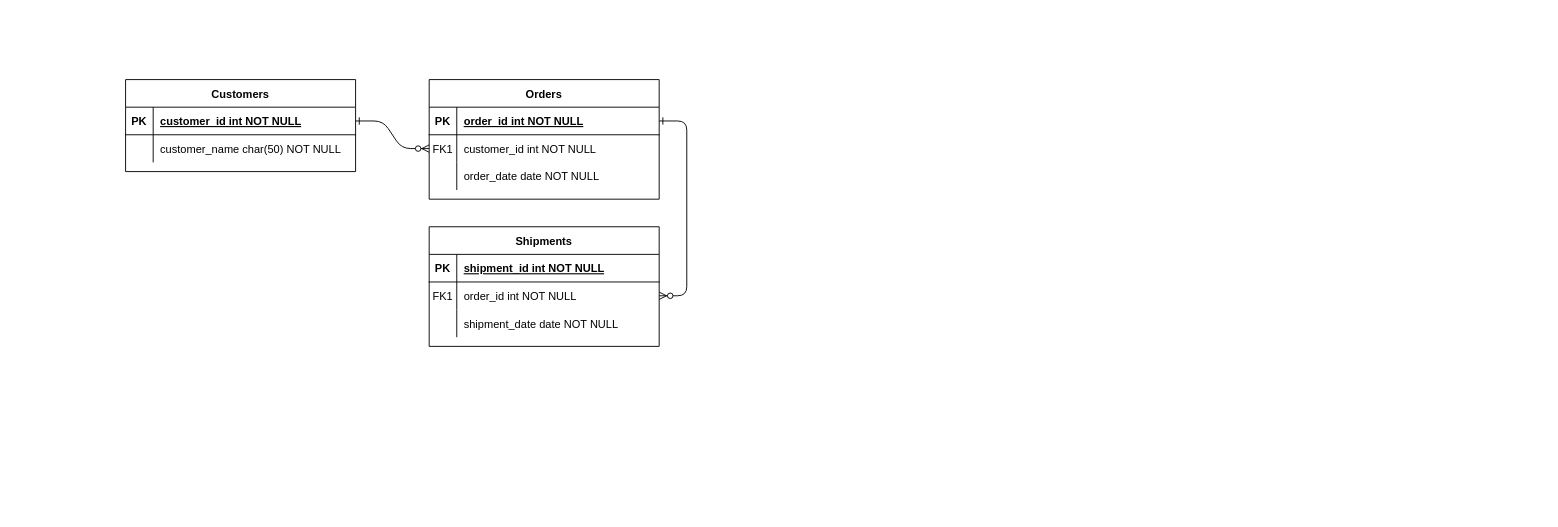
Above: ERD.drawio in ThiagoAraujo-hub/Cosmos-API (draw.io), before the change. Source tidied: cells renumbered, new cells numbered last; positions are measured from the earlier drawing's top-left corner, leaving out a move shared by most shapes. Both pictures are drawn from the tidied source at 92%, with x=0, y=0 at pixel (125, 79).
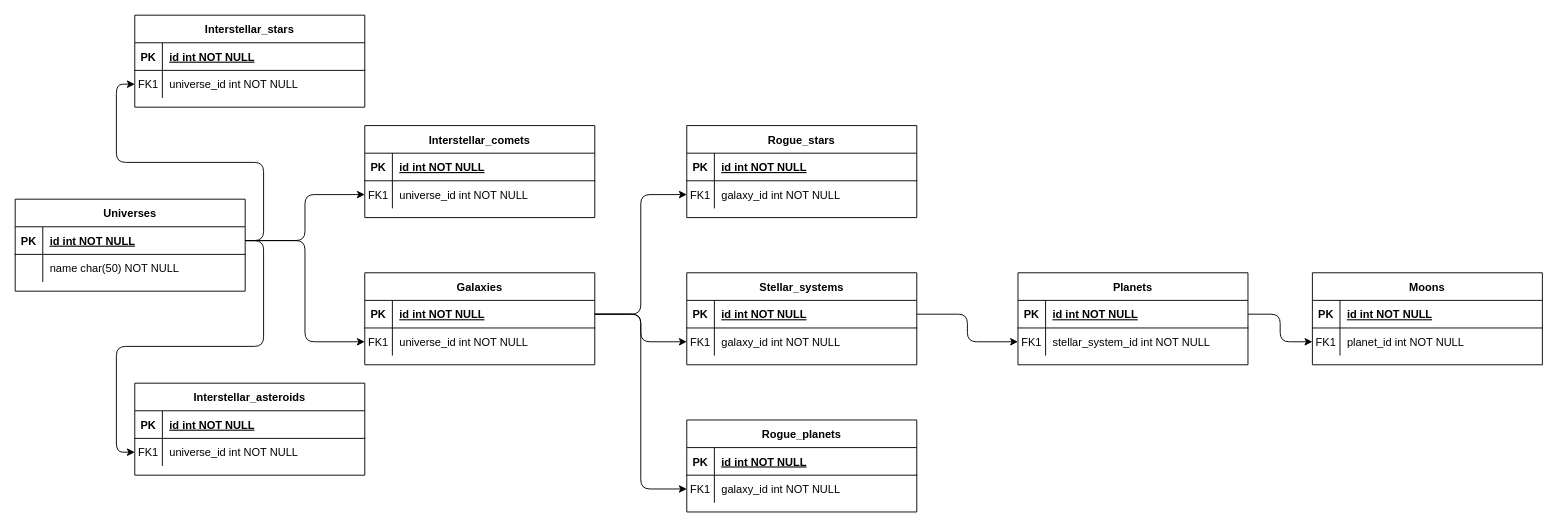
The same diagram, later.

Commit message:
docs: basic structure of the ERD

Unchanged cells that the change refers to:
```xml
<mxCell id="5" style="shape=partialRectangle;fillColor=none;points=[[0,0.5],[1,0.5]];portConstraint=eastwest;top=0;left=0;right=0;bottom=1;" parent="4" vertex="1">
  <mxGeometry y="30" width="250" height="30" as="geometry" />
</mxCell>
<mxCell id="8" style="shape=partialRectangle;fillColor=none;points=[[0,0.5],[1,0.5]];portConstraint=eastwest;top=0;left=0;right=0;bottom=0;" parent="4" vertex="1">
  <mxGeometry y="60" width="250" height="30" as="geometry" />
</mxCell>
<mxCell id="25" style="shape=partialRectangle;fillColor=none;points=[[0,0.5],[1,0.5]];portConstraint=eastwest;top=0;left=0;right=0;bottom=1;" parent="24" vertex="1">
  <mxGeometry y="30" width="250" height="30" as="geometry" />
</mxCell>
<mxCell id="28" style="shape=partialRectangle;fillColor=none;top=0;left=0;right=0;bottom=0;" parent="24" vertex="1">
  <mxGeometry y="60" width="250" height="30" as="geometry" />
</mxCell>
```

Change to the diagram source:
```diff
@@
-    <mxCell id="2" style="edgeStyle=entityRelationEdgeStyle;endArrow=ERzeroToMany;startArrow=ERone;endFill=1;startFill=0;" parent="1" edge="1" source="25" target="8">
-      <mxGeometry relative="1" as="geometry" />
-    </mxCell>
-    <mxCell id="3" style="edgeStyle=entityRelationEdgeStyle;endArrow=ERzeroToMany;startArrow=ERone;endFill=1;startFill=0;" parent="1" edge="1" source="5" target="18">
-      <mxGeometry relative="1" as="geometry" />
-    </mxCell>
-    <mxCell id="4" value="Orders" style="shape=table;startSize=30;childLayout=tableLayout;rowLines=0;fontStyle=1;align=center;" parent="1" vertex="1">
-      <mxGeometry x="330" width="250" height="130" as="geometry" />
+    <mxCell id="4" value="Interstellar_stars" style="shape=table;startSize=30;childLayout=tableLayout;rowLines=0;fontStyle=1;align=center;" parent="1" vertex="1">
+      <mxGeometry x="10" y="-70" width="250" height="100" as="geometry" />
     </mxCell>
@@
-    <mxCell id="7" value="order_id int NOT NULL " style="shape=partialRectangle;overflow=hidden;fillColor=none;top=0;left=0;bottom=0;right=0;align=left;spacingLeft=6;fontStyle=5;" parent="5" vertex="1">
+    <mxCell id="7" value="id int NOT NULL " style="shape=partialRectangle;overflow=hidden;fillColor=none;top=0;left=0;bottom=0;right=0;align=left;spacingLeft=6;fontStyle=5;" parent="5" vertex="1">
       <mxGeometry x="30" width="220" height="30" as="geometry" />
     </mxCell>
@@
-    <mxCell id="10" value="customer_id int NOT NULL" style="shape=partialRectangle;overflow=hidden;fillColor=none;top=0;left=0;bottom=0;right=0;align=left;spacingLeft=6;" parent="8" vertex="1">
+    <mxCell id="10" value="universe_id int NOT NULL" style="shape=partialRectangle;overflow=hidden;fillColor=none;top=0;left=0;bottom=0;right=0;align=left;spacingLeft=6;" parent="8" vertex="1">
       <mxGeometry x="30" width="220" height="30" as="geometry" />
     </mxCell>
-    <mxCell id="11" style="shape=partialRectangle;fillColor=none;top=0;left=0;right=0;bottom=0;" parent="4" vertex="1">
-      <mxGeometry y="90" width="250" height="30" as="geometry" />
-    </mxCell>
-    <mxCell id="12" style="shape=partialRectangle;overflow=hidden;fillColor=none;top=0;left=0;bottom=0;right=0;" parent="11" vertex="1">
-      <mxGeometry width="30" height="30" as="geometry" />
-    </mxCell>
-    <mxCell id="13" value="order_date date NOT NULL" style="shape=partialRectangle;overflow=hidden;fillColor=none;top=0;left=0;bottom=0;right=0;align=left;spacingLeft=6;" parent="11" vertex="1">
-      <mxGeometry x="30" width="220" height="30" as="geometry" />
-    </mxCell>
-    <mxCell id="14" value="Shipments" style="shape=table;startSize=30;childLayout=tableLayout;rowLines=0;fontStyle=1;align=center;" parent="1" vertex="1">
-      <mxGeometry x="330" y="160" width="250" height="130" as="geometry" />
-    </mxCell>
-    <mxCell id="15" style="shape=partialRectangle;fillColor=none;top=0;left=0;right=0;bottom=1;" parent="14" vertex="1">
-      <mxGeometry y="30" width="250" height="30" as="geometry" />
-    </mxCell>
-    <mxCell id="16" value="PK" style="shape=partialRectangle;overflow=hidden;fillColor=none;top=0;left=0;bottom=0;right=0;fontStyle=1;" parent="15" vertex="1">
-      <mxGeometry width="30" height="30" as="geometry" />
-    </mxCell>
-    <mxCell id="17" value="shipment_id int NOT NULL " style="shape=partialRectangle;overflow=hidden;fillColor=none;top=0;left=0;bottom=0;right=0;align=left;spacingLeft=6;fontStyle=5;" parent="15" vertex="1">
-      <mxGeometry x="30" width="220" height="30" as="geometry" />
-    </mxCell>
-    <mxCell id="18" style="shape=partialRectangle;fillColor=none;points=[[0,0.5],[1,0.5]];portConstraint=eastwest;top=0;left=0;right=0;bottom=0;" parent="14" vertex="1">
-      <mxGeometry y="60" width="250" height="30" as="geometry" />
-    </mxCell>
-    <mxCell id="19" value="FK1" style="shape=partialRectangle;overflow=hidden;fillColor=none;top=0;left=0;bottom=0;right=0;" parent="18" vertex="1">
-      <mxGeometry width="30" height="30" as="geometry" />
-    </mxCell>
-    <mxCell id="20" value="order_id int NOT NULL" style="shape=partialRectangle;overflow=hidden;fillColor=none;top=0;left=0;bottom=0;right=0;align=left;spacingLeft=6;" parent="18" vertex="1">
-      <mxGeometry x="30" width="220" height="30" as="geometry" />
-    </mxCell>
-    <mxCell id="21" style="shape=partialRectangle;fillColor=none;top=0;left=0;right=0;bottom=0;" parent="14" vertex="1">
-      <mxGeometry y="90" width="250" height="30" as="geometry" />
-    </mxCell>
-    <mxCell id="22" style="shape=partialRectangle;overflow=hidden;fillColor=none;top=0;left=0;bottom=0;right=0;" parent="21" vertex="1">
-      <mxGeometry width="30" height="30" as="geometry" />
-    </mxCell>
-    <mxCell id="23" value="shipment_date date NOT NULL" style="shape=partialRectangle;overflow=hidden;fillColor=none;top=0;left=0;bottom=0;right=0;align=left;spacingLeft=6;" parent="21" vertex="1">
-      <mxGeometry x="30" width="220" height="30" as="geometry" />
-    </mxCell>
-    <mxCell id="24" value="Customers" style="shape=table;startSize=30;childLayout=tableLayout;rowLines=0;fontStyle=1;align=center;" parent="1" vertex="1">
-      <mxGeometry width="250" height="100" as="geometry" />
+    <mxCell id="24" value="Universes" style="shape=table;startSize=30;childLayout=tableLayout;rowLines=0;fontStyle=1;align=center;" parent="1" vertex="1">
+      <mxGeometry x="-120" y="130" width="250" height="100" as="geometry" />
     </mxCell>
@@
-    <mxCell id="27" value="customer_id int NOT NULL " style="shape=partialRectangle;overflow=hidden;fillColor=none;top=0;left=0;bottom=0;right=0;align=left;spacingLeft=6;fontStyle=5;" parent="25" vertex="1">
+    <mxCell id="27" value="id int NOT NULL " style="shape=partialRectangle;overflow=hidden;fillColor=none;top=0;left=0;bottom=0;right=0;align=left;spacingLeft=6;fontStyle=5;" parent="25" vertex="1">
       <mxGeometry x="30" width="220" height="30" as="geometry" />
     </mxCell>
@@
-    <mxCell id="30" value="customer_name char(50) NOT NULL" style="shape=partialRectangle;overflow=hidden;fillColor=none;top=0;left=0;bottom=0;right=0;align=left;spacingLeft=6;" parent="28" vertex="1">
+    <mxCell id="30" value="name char(50) NOT NULL" style="shape=partialRectangle;overflow=hidden;fillColor=none;top=0;left=0;bottom=0;right=0;align=left;spacingLeft=6;" parent="28" vertex="1">
       <mxGeometry x="30" width="220" height="30" as="geometry" />
     </mxCell>
+    <mxCell id="31" value="Interstellar_asteroids" style="shape=table;startSize=30;childLayout=tableLayout;rowLines=0;fontStyle=1;align=center;" parent="1" vertex="1">
+      <mxGeometry x="10" y="330" width="250" height="100" as="geometry" />
+    </mxCell>
+    <mxCell id="32" style="shape=partialRectangle;fillColor=none;top=0;left=0;right=0;bottom=1;" parent="31" vertex="1">
+      <mxGeometry y="30" width="250" height="30" as="geometry" />
+    </mxCell>
+    <mxCell id="33" value="PK" style="shape=partialRectangle;overflow=hidden;fillColor=none;top=0;left=0;bottom=0;right=0;fontStyle=1;" parent="32" vertex="1">
+      <mxGeometry width="30" height="30" as="geometry" />
+    </mxCell>
+    <mxCell id="34" value="id int NOT NULL " style="shape=partialRectangle;overflow=hidden;fillColor=none;top=0;left=0;bottom=0;right=0;align=left;spacingLeft=6;fontStyle=5;" parent="32" vertex="1">
+      <mxGeometry x="30" width="220" height="30" as="geometry" />
+    </mxCell>
+    <mxCell id="35" style="shape=partialRectangle;fillColor=none;points=[[0,0.5],[1,0.5]];portConstraint=eastwest;top=0;left=0;right=0;bottom=0;" parent="31" vertex="1">
+      <mxGeometry y="60" width="250" height="30" as="geometry" />
+    </mxCell>
+    <mxCell id="36" value="FK1" style="shape=partialRectangle;overflow=hidden;fillColor=none;top=0;left=0;bottom=0;right=0;" parent="35" vertex="1">
+      <mxGeometry width="30" height="30" as="geometry" />
+    </mxCell>
+    <mxCell id="37" value="universe_id int NOT NULL" style="shape=partialRectangle;overflow=hidden;fillColor=none;top=0;left=0;bottom=0;right=0;align=left;spacingLeft=6;" parent="35" vertex="1">
+      <mxGeometry x="30" width="220" height="30" as="geometry" />
+    </mxCell>
+    <mxCell id="38" value="Interstellar_comets" style="shape=table;startSize=30;childLayout=tableLayout;rowLines=0;fontStyle=1;align=center;" parent="1" vertex="1">
+      <mxGeometry x="260" y="50" width="250" height="100" as="geometry" />
+    </mxCell>
+    <mxCell id="39" style="shape=partialRectangle;fillColor=none;top=0;left=0;right=0;bottom=1;" parent="38" vertex="1">
+      <mxGeometry y="30" width="250" height="30" as="geometry" />
+    </mxCell>
+    <mxCell id="40" value="PK" style="shape=partialRectangle;overflow=hidden;fillColor=none;top=0;left=0;bottom=0;right=0;fontStyle=1;" parent="39" vertex="1">
+      <mxGeometry width="30" height="30" as="geometry" />
+    </mxCell>
+    <mxCell id="41" value="id int NOT NULL " style="shape=partialRectangle;overflow=hidden;fillColor=none;top=0;left=0;bottom=0;right=0;align=left;spacingLeft=6;fontStyle=5;" parent="39" vertex="1">
+      <mxGeometry x="30" width="220" height="30" as="geometry" />
+    </mxCell>
+    <mxCell id="42" style="shape=partialRectangle;fillColor=none;points=[[0,0.5],[1,0.5]];portConstraint=eastwest;top=0;left=0;right=0;bottom=0;" parent="38" vertex="1">
+      <mxGeometry y="60" width="250" height="30" as="geometry" />
+    </mxCell>
+    <mxCell id="43" value="FK1" style="shape=partialRectangle;overflow=hidden;fillColor=none;top=0;left=0;bottom=0;right=0;" parent="42" vertex="1">
+      <mxGeometry width="30" height="30" as="geometry" />
+    </mxCell>
+    <mxCell id="44" value="universe_id int NOT NULL" style="shape=partialRectangle;overflow=hidden;fillColor=none;top=0;left=0;bottom=0;right=0;align=left;spacingLeft=6;" parent="42" vertex="1">
+      <mxGeometry x="30" width="220" height="30" as="geometry" />
+    </mxCell>
+    <mxCell id="45" value="Galaxies" style="shape=table;startSize=30;childLayout=tableLayout;rowLines=0;fontStyle=1;align=center;" parent="1" vertex="1">
+      <mxGeometry x="260" y="210" width="250" height="100" as="geometry" />
+    </mxCell>
+    <mxCell id="46" style="shape=partialRectangle;fillColor=none;points=[[0,0.5],[1,0.5]];portConstraint=eastwest;top=0;left=0;right=0;bottom=1;" parent="45" vertex="1">
+      <mxGeometry y="30" width="250" height="30" as="geometry" />
+    </mxCell>
+    <mxCell id="47" value="PK" style="shape=partialRectangle;overflow=hidden;fillColor=none;top=0;left=0;bottom=0;right=0;fontStyle=1;" parent="46" vertex="1">
+      <mxGeometry width="30" height="30" as="geometry" />
+    </mxCell>
+    <mxCell id="48" value="id int NOT NULL " style="shape=partialRectangle;overflow=hidden;fillColor=none;top=0;left=0;bottom=0;right=0;align=left;spacingLeft=6;fontStyle=5;" parent="46" vertex="1">
+      <mxGeometry x="30" width="220" height="30" as="geometry" />
+    </mxCell>
+    <mxCell id="49" style="shape=partialRectangle;fillColor=none;points=[[0,0.5],[1,0.5]];portConstraint=eastwest;top=0;left=0;right=0;bottom=0;" parent="45" vertex="1">
+      <mxGeometry y="60" width="250" height="30" as="geometry" />
+    </mxCell>
+    <mxCell id="50" value="FK1" style="shape=partialRectangle;overflow=hidden;fillColor=none;top=0;left=0;bottom=0;right=0;" parent="49" vertex="1">
+      <mxGeometry width="30" height="30" as="geometry" />
+    </mxCell>
+    <mxCell id="51" value="universe_id int NOT NULL" style="shape=partialRectangle;overflow=hidden;fillColor=none;top=0;left=0;bottom=0;right=0;align=left;spacingLeft=6;" parent="49" vertex="1">
+      <mxGeometry x="30" width="220" height="30" as="geometry" />
+    </mxCell>
+    <mxCell id="52" value="Rogue_stars" style="shape=table;startSize=30;childLayout=tableLayout;rowLines=0;fontStyle=1;align=center;" parent="1" vertex="1">
+      <mxGeometry x="610" y="50" width="250" height="100" as="geometry" />
+    </mxCell>
+    <mxCell id="53" style="shape=partialRectangle;fillColor=none;top=0;left=0;right=0;bottom=1;" parent="52" vertex="1">
+      <mxGeometry y="30" width="250" height="30" as="geometry" />
+    </mxCell>
+    <mxCell id="54" value="PK" style="shape=partialRectangle;overflow=hidden;fillColor=none;top=0;left=0;bottom=0;right=0;fontStyle=1;" parent="53" vertex="1">
+      <mxGeometry width="30" height="30" as="geometry" />
+    </mxCell>
+    <mxCell id="55" value="id int NOT NULL " style="shape=partialRectangle;overflow=hidden;fillColor=none;top=0;left=0;bottom=0;right=0;align=left;spacingLeft=6;fontStyle=5;" parent="53" vertex="1">
+      <mxGeometry x="30" width="220" height="30" as="geometry" />
+    </mxCell>
+    <mxCell id="56" style="shape=partialRectangle;fillColor=none;points=[[0,0.5],[1,0.5]];portConstraint=eastwest;top=0;left=0;right=0;bottom=0;" parent="52" vertex="1">
+      <mxGeometry y="60" width="250" height="30" as="geometry" />
+    </mxCell>
+    <mxCell id="57" value="FK1" style="shape=partialRectangle;overflow=hidden;fillColor=none;top=0;left=0;bottom=0;right=0;" parent="56" vertex="1">
+      <mxGeometry width="30" height="30" as="geometry" />
+    </mxCell>
+    <mxCell id="58" value="galaxy_id int NOT NULL" style="shape=partialRectangle;overflow=hidden;fillColor=none;top=0;left=0;bottom=0;right=0;align=left;spacingLeft=6;" parent="56" vertex="1">
+      <mxGeometry x="30" width="220" height="30" as="geometry" />
+    </mxCell>
+    <mxCell id="59" value="Rogue_planets" style="shape=table;startSize=30;childLayout=tableLayout;rowLines=0;fontStyle=1;align=center;" parent="1" vertex="1">
+      <mxGeometry x="610" y="370" width="250" height="100" as="geometry" />
+    </mxCell>
+    <mxCell id="60" style="shape=partialRectangle;fillColor=none;top=0;left=0;right=0;bottom=1;" parent="59" vertex="1">
+      <mxGeometry y="30" width="250" height="30" as="geometry" />
+    </mxCell>
+    <mxCell id="61" value="PK" style="shape=partialRectangle;overflow=hidden;fillColor=none;top=0;left=0;bottom=0;right=0;fontStyle=1;" parent="60" vertex="1">
+      <mxGeometry width="30" height="30" as="geometry" />
+    </mxCell>
+    <mxCell id="62" value="id int NOT NULL " style="shape=partialRectangle;overflow=hidden;fillColor=none;top=0;left=0;bottom=0;right=0;align=left;spacingLeft=6;fontStyle=5;" parent="60" vertex="1">
+      <mxGeometry x="30" width="220" height="30" as="geometry" />
+    </mxCell>
+    <mxCell id="63" style="shape=partialRectangle;fillColor=none;points=[[0,0.5],[1,0.5]];portConstraint=eastwest;top=0;left=0;right=0;bottom=0;" parent="59" vertex="1">
+      <mxGeometry y="60" width="250" height="30" as="geometry" />
+    </mxCell>
+    <mxCell id="64" value="FK1" style="shape=partialRectangle;overflow=hidden;fillColor=none;top=0;left=0;bottom=0;right=0;" parent="63" vertex="1">
+      <mxGeometry width="30" height="30" as="geometry" />
+    </mxCell>
+    <mxCell id="65" value="galaxy_id int NOT NULL" style="shape=partialRectangle;overflow=hidden;fillColor=none;top=0;left=0;bottom=0;right=0;align=left;spacingLeft=6;" parent="63" vertex="1">
+      <mxGeometry x="30" width="220" height="30" as="geometry" />
+    </mxCell>
+    <mxCell id="66" value="Stellar_systems" style="shape=table;startSize=30;childLayout=tableLayout;rowLines=0;fontStyle=1;align=center;" parent="1" vertex="1">
+      <mxGeometry x="610" y="210" width="250" height="100" as="geometry" />
+    </mxCell>
+    <mxCell id="67" style="shape=partialRectangle;fillColor=none;points=[[0,0.5],[1,0.5]];portConstraint=eastwest;top=0;left=0;right=0;bottom=1;" parent="66" vertex="1">
+      <mxGeometry y="30" width="250" height="30" as="geometry" />
+    </mxCell>
+    <mxCell id="68" value="PK" style="shape=partialRectangle;overflow=hidden;fillColor=none;top=0;left=0;bottom=0;right=0;fontStyle=1;" parent="67" vertex="1">
+      <mxGeometry width="30" height="30" as="geometry" />
+    </mxCell>
+    <mxCell id="69" value="id int NOT NULL " style="shape=partialRectangle;overflow=hidden;fillColor=none;top=0;left=0;bottom=0;right=0;align=left;spacingLeft=6;fontStyle=5;" parent="67" vertex="1">
+      <mxGeometry x="30" width="220" height="30" as="geometry" />
+    </mxCell>
+    <mxCell id="70" style="shape=partialRectangle;fillColor=none;points=[[0,0.5],[1,0.5]];portConstraint=eastwest;top=0;left=0;right=0;bottom=0;" parent="66" vertex="1">
+      <mxGeometry y="60" width="250" height="30" as="geometry" />
+    </mxCell>
+    <mxCell id="71" value="FK1" style="shape=partialRectangle;overflow=hidden;fillColor=none;top=0;left=0;bottom=0;right=0;" parent="70" vertex="1">
+      <mxGeometry width="30" height="30" as="geometry" />
+    </mxCell>
+    <mxCell id="72" value="galaxy_id int NOT NULL" style="shape=partialRectangle;overflow=hidden;fillColor=none;top=0;left=0;bottom=0;right=0;align=left;spacingLeft=6;" parent="70" vertex="1">
+      <mxGeometry x="30" width="220" height="30" as="geometry" />
+    </mxCell>
+    <mxCell id="73" style="edgeStyle=orthogonalEdgeStyle;rounded=1;jettySize=auto;html=1;curved=0;" parent="1" edge="1" source="25" target="42">
+      <mxGeometry relative="1" as="geometry" />
+    </mxCell>
+    <mxCell id="74" style="edgeStyle=orthogonalEdgeStyle;rounded=1;jettySize=auto;html=1;entryX=0;entryY=0.5;entryDx=0;entryDy=0;curved=0;" parent="1" edge="1" source="25" target="49">
+      <mxGeometry relative="1" as="geometry" />
+    </mxCell>
+    <mxCell id="75" style="edgeStyle=orthogonalEdgeStyle;rounded=1;jettySize=auto;html=1;entryX=0;entryY=0.5;entryDx=0;entryDy=0;curved=0;" parent="1" edge="1" source="25" target="35">
+      <mxGeometry relative="1" as="geometry" />
+    </mxCell>
+    <mxCell id="2" style="edgeStyle=orthogonalEdgeStyle;rounded=1;jettySize=auto;html=1;curved=0;" parent="1" edge="1" source="25" target="8">
+      <mxGeometry relative="1" as="geometry" />
+    </mxCell>
+    <mxCell id="76" style="edgeStyle=orthogonalEdgeStyle;rounded=1;jettySize=auto;html=1;entryX=0;entryY=0.5;entryDx=0;entryDy=0;curved=0;" parent="1" edge="1" source="46" target="70">
+      <mxGeometry relative="1" as="geometry" />
+    </mxCell>
+    <mxCell id="77" style="edgeStyle=orthogonalEdgeStyle;rounded=1;jettySize=auto;html=1;entryX=0;entryY=0.5;entryDx=0;entryDy=0;curved=0;" parent="1" edge="1" source="46" target="56">
+      <mxGeometry relative="1" as="geometry" />
+    </mxCell>
+    <mxCell id="78" style="edgeStyle=orthogonalEdgeStyle;rounded=1;jettySize=auto;html=1;entryX=0;entryY=0.5;entryDx=0;entryDy=0;curved=0;" parent="1" edge="1" source="46" target="63">
+      <mxGeometry relative="1" as="geometry" />
+    </mxCell>
+    <mxCell id="79" value="Planets" style="shape=table;startSize=30;childLayout=tableLayout;rowLines=0;fontStyle=1;align=center;" parent="1" vertex="1">
+      <mxGeometry x="970" y="210" width="250" height="100" as="geometry" />
+    </mxCell>
+    <mxCell id="80" style="shape=partialRectangle;fillColor=none;points=[[0,0.5],[1,0.5]];portConstraint=eastwest;top=0;left=0;right=0;bottom=1;" parent="79" vertex="1">
+      <mxGeometry y="30" width="250" height="30" as="geometry" />
+    </mxCell>
+    <mxCell id="81" value="PK" style="shape=partialRectangle;overflow=hidden;fillColor=none;top=0;left=0;bottom=0;right=0;fontStyle=1;" parent="80" vertex="1">
+      <mxGeometry width="30" height="30" as="geometry" />
+    </mxCell>
+    <mxCell id="82" value="id int NOT NULL " style="shape=partialRectangle;overflow=hidden;fillColor=none;top=0;left=0;bottom=0;right=0;align=left;spacingLeft=6;fontStyle=5;" parent="80" vertex="1">
+      <mxGeometry x="30" width="220" height="30" as="geometry" />
+    </mxCell>
+    <mxCell id="83" style="shape=partialRectangle;fillColor=none;points=[[0,0.5],[1,0.5]];portConstraint=eastwest;top=0;left=0;right=0;bottom=0;" parent="79" vertex="1">
+      <mxGeometry y="60" width="250" height="30" as="geometry" />
+    </mxCell>
+    <mxCell id="84" value="FK1" style="shape=partialRectangle;overflow=hidden;fillColor=none;top=0;left=0;bottom=0;right=0;" parent="83" vertex="1">
+      <mxGeometry width="30" height="30" as="geometry" />
+    </mxCell>
+    <mxCell id="85" value="stellar_system_id int NOT NULL" style="shape=partialRectangle;overflow=hidden;fillColor=none;top=0;left=0;bottom=0;right=0;align=left;spacingLeft=6;" parent="83" vertex="1">
+      <mxGeometry x="30" width="220" height="30" as="geometry" />
+    </mxCell>
+    <mxCell id="86" value="Moons" style="shape=table;startSize=30;childLayout=tableLayout;rowLines=0;fontStyle=1;align=center;" parent="1" vertex="1">
+      <mxGeometry x="1290" y="210" width="250" height="100" as="geometry" />
+    </mxCell>
+    <mxCell id="87" style="shape=partialRectangle;fillColor=none;top=0;left=0;right=0;bottom=1;" parent="86" vertex="1">
+      <mxGeometry y="30" width="250" height="30" as="geometry" />
+    </mxCell>
+    <mxCell id="88" value="PK" style="shape=partialRectangle;overflow=hidden;fillColor=none;top=0;left=0;bottom=0;right=0;fontStyle=1;" parent="87" vertex="1">
+      <mxGeometry width="30" height="30" as="geometry" />
+    </mxCell>
+    <mxCell id="89" value="id int NOT NULL " style="shape=partialRectangle;overflow=hidden;fillColor=none;top=0;left=0;bottom=0;right=0;align=left;spacingLeft=6;fontStyle=5;" parent="87" vertex="1">
+      <mxGeometry x="30" width="220" height="30" as="geometry" />
+    </mxCell>
+    <mxCell id="90" style="shape=partialRectangle;fillColor=none;points=[[0,0.5],[1,0.5]];portConstraint=eastwest;top=0;left=0;right=0;bottom=0;" parent="86" vertex="1">
+      <mxGeometry y="60" width="250" height="30" as="geometry" />
+    </mxCell>
+    <mxCell id="91" value="FK1" style="shape=partialRectangle;overflow=hidden;fillColor=none;top=0;left=0;bottom=0;right=0;" parent="90" vertex="1">
+      <mxGeometry width="30" height="30" as="geometry" />
+    </mxCell>
+    <mxCell id="92" value="planet_id int NOT NULL" style="shape=partialRectangle;overflow=hidden;fillColor=none;top=0;left=0;bottom=0;right=0;align=left;spacingLeft=6;" parent="90" vertex="1">
+      <mxGeometry x="30" width="220" height="30" as="geometry" />
+    </mxCell>
+    <mxCell id="93" style="edgeStyle=orthogonalEdgeStyle;rounded=1;jettySize=auto;html=1;entryX=0;entryY=0.5;entryDx=0;entryDy=0;curved=0;" parent="1" edge="1" source="67" target="83">
+      <mxGeometry relative="1" as="geometry" />
+    </mxCell>
+    <mxCell id="94" style="edgeStyle=orthogonalEdgeStyle;rounded=1;jettySize=auto;html=1;entryX=0;entryY=0.5;entryDx=0;entryDy=0;curved=0;" parent="1" edge="1" source="80" target="90">
+      <mxGeometry relative="1" as="geometry" />
+    </mxCell>
```
